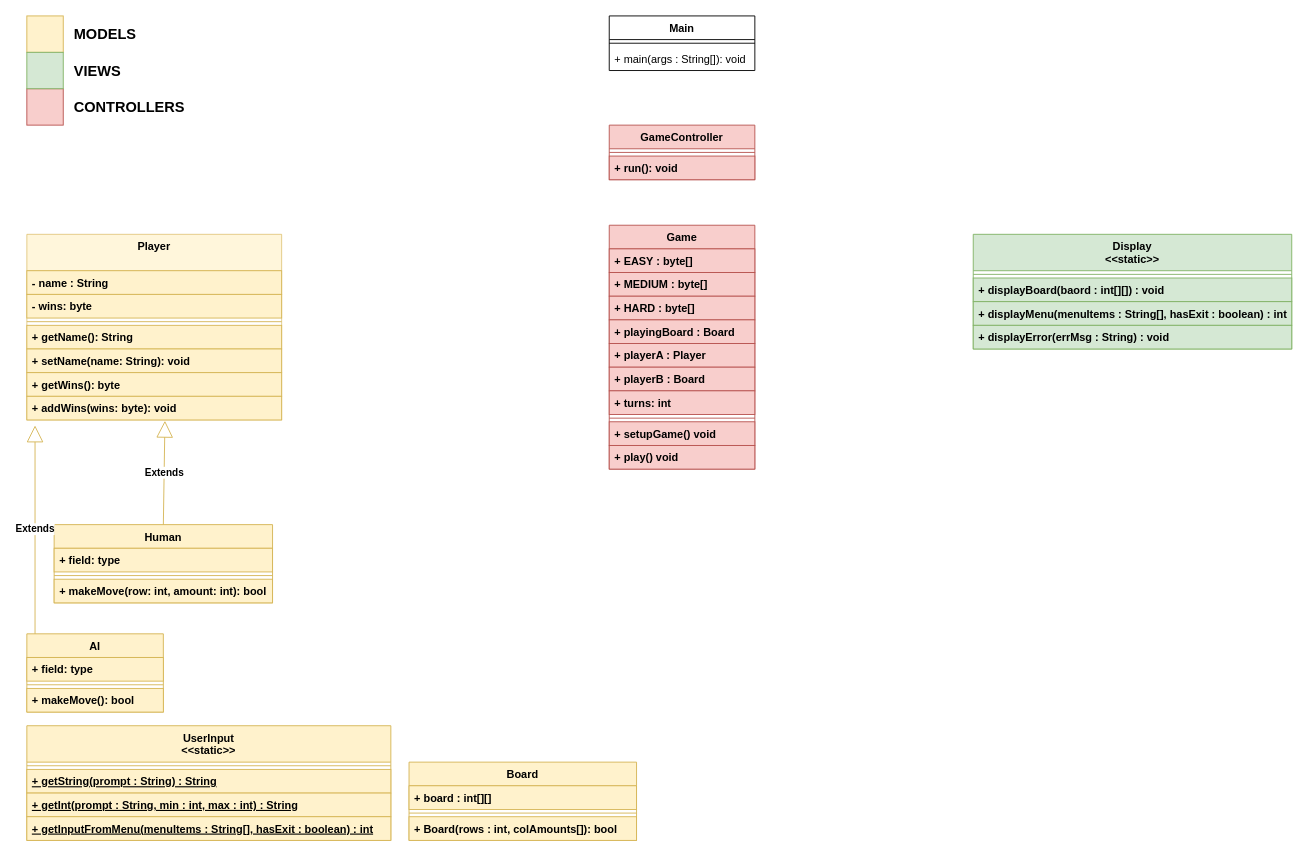
This is UML-PSE.drawio from EShrestha/PSE-GameOfNim, a draw.io file, before an edit. Source tidied: cells renumbered, new cells numbered last; positions are measured from the earlier drawing's top-left corner, leaving out a move shared by most shapes. Both pictures are drawn from the tidied source at 91%, with x=0, y=0 at pixel (26, 15).
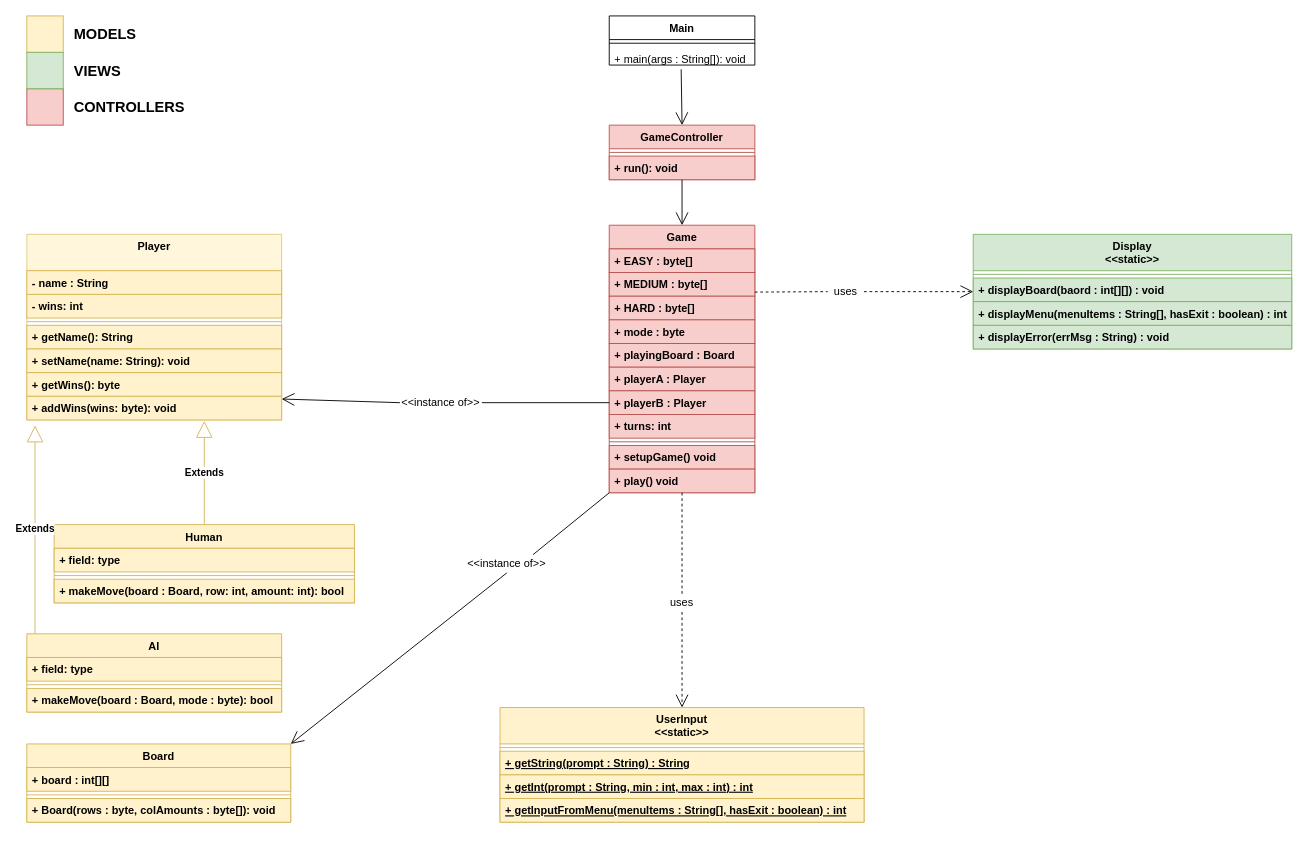
The same diagram, later.

The change refers to these unchanged cells:
```xml
<mxCell id="5" value="GameController" style="swimlane;fontStyle=1;align=center;verticalAlign=top;horizontal=1;startSize=26;fillColor=#f8cecc;strokeColor=#b85450;" parent="1" vertex="1">
  <mxGeometry x="640" y="120" width="160" height="60" as="geometry" />
</mxCell>
<mxCell id="8" value="Player" style="swimlane;fontStyle=1;align=center;verticalAlign=top;horizontal=1;startSize=40;opacity=70;fillColor=#fff2cc;strokeColor=#d6b656;" parent="1" vertex="1">
  <mxGeometry y="240" width="280" height="204" as="geometry" />
</mxCell>
<mxCell id="15" value="+ addWins(wins: byte): void" style="text;align=left;verticalAlign=top;spacingLeft=4;spacingRight=4;overflow=hidden;points=[[0,0.5],[1,0.5]];portConstraint=eastwest;fillColor=#fff2cc;strokeColor=#d6b656;fontStyle=1;" parent="8" vertex="1">
  <mxGeometry y="178" width="280" height="26" as="geometry" />
</mxCell>
<mxCell id="37" value="Display&#10;&lt;&lt;static&gt;&gt;" style="swimlane;fontStyle=1;align=center;verticalAlign=top;horizontal=1;startSize=40;fillColor=#d5e8d4;strokeColor=#82b366;" parent="1" vertex="1">
  <mxGeometry x="1040" y="240" width="350" height="126" as="geometry" />
</mxCell>
```

What changed in the source:
```diff
@@
     <mxCell id="2" value="Main" style="swimlane;fontStyle=1;align=center;verticalAlign=top;horizontal=1;startSize=26;" parent="1" vertex="1">
-      <mxGeometry x="640" width="160" height="60" as="geometry" />
+      <mxGeometry x="640" width="160" height="54" as="geometry" />
     </mxCell>
@@
     <mxCell id="4" value="+ main(args : String[]): void" style="text;strokeColor=none;fillColor=none;align=left;verticalAlign=top;spacingLeft=4;spacingRight=4;overflow=hidden;points=[[0,0.5],[1,0.5]];portConstraint=eastwest;" parent="2" vertex="1">
-      <mxGeometry y="34" width="160" height="26" as="geometry" />
+      <mxGeometry y="34" width="160" height="20" as="geometry" />
     </mxCell>
@@
-    <mxCell id="10" value="- wins: byte" style="text;align=left;verticalAlign=top;spacingLeft=4;spacingRight=4;overflow=hidden;fillColor=#fff2cc;strokeColor=#d6b656;fontStyle=1;" parent="8" vertex="1">
+    <mxCell id="10" value="- wins: int" style="text;align=left;verticalAlign=top;spacingLeft=4;spacingRight=4;overflow=hidden;fillColor=#fff2cc;strokeColor=#d6b656;fontStyle=1;" parent="8" vertex="1">
       <mxGeometry y="66" width="280" height="26" as="geometry" />
     </mxCell>
@@
     <mxCell id="16" value="Human" style="swimlane;fontStyle=1;align=center;verticalAlign=top;horizontal=1;startSize=26;fillColor=#fff2cc;strokeColor=#d6b656;" parent="1" vertex="1">
-      <mxGeometry x="30" y="559" width="240" height="86" as="geometry" />
+      <mxGeometry x="30" y="559" width="330" height="86" as="geometry" />
     </mxCell>
     <mxCell id="17" value="+ field: type" style="text;align=left;verticalAlign=top;spacingLeft=4;spacingRight=4;overflow=hidden;fillColor=#fff2cc;strokeColor=#d6b656;fontStyle=1;" parent="16" vertex="1">
-      <mxGeometry y="26" width="240" height="26" as="geometry" />
+      <mxGeometry y="26" width="330" height="26" as="geometry" />
     </mxCell>
     <mxCell id="18" style="line;strokeWidth=1;align=left;verticalAlign=middle;spacingTop=-1;spacingLeft=3;spacingRight=3;labelPosition=right;fillColor=#fff2cc;strokeColor=#d6b656;fontStyle=1;" parent="16" vertex="1">
-      <mxGeometry y="52" width="240" height="8" as="geometry" />
+      <mxGeometry y="52" width="330" height="8" as="geometry" />
     </mxCell>
-    <mxCell id="19" value="+ makeMove(row: int, amount: int): bool" style="text;align=left;verticalAlign=top;spacingLeft=4;spacingRight=4;overflow=hidden;fillColor=#fff2cc;strokeColor=#d6b656;fontStyle=1;" parent="16" vertex="1">
-      <mxGeometry y="60" width="240" height="26" as="geometry" />
+    <mxCell id="19" value="+ makeMove(board : Board, row: int, amount: int): bool" style="text;align=left;verticalAlign=top;spacingLeft=4;spacingRight=4;overflow=hidden;fillColor=#fff2cc;strokeColor=#d6b656;fontStyle=1;" parent="16" vertex="1">
+      <mxGeometry y="60" width="330" height="26" as="geometry" />
     </mxCell>
     <mxCell id="20" value="AI" style="swimlane;fontStyle=1;align=center;verticalAlign=top;horizontal=1;startSize=26;fillColor=#fff2cc;strokeColor=#d6b656;" parent="1" vertex="1">
-      <mxGeometry y="679" width="150" height="86" as="geometry" />
+      <mxGeometry y="679" width="280" height="86" as="geometry" />
     </mxCell>
     <mxCell id="21" value="+ field: type" style="text;align=left;verticalAlign=top;spacingLeft=4;spacingRight=4;overflow=hidden;fillColor=#fff2cc;strokeColor=#d6b656;fontStyle=1;" parent="20" vertex="1">
-      <mxGeometry y="26" width="150" height="26" as="geometry" />
+      <mxGeometry y="26" width="280" height="26" as="geometry" />
     </mxCell>
     <mxCell id="22" style="line;strokeWidth=1;align=left;verticalAlign=middle;spacingTop=-1;spacingLeft=3;spacingRight=3;labelPosition=right;fillColor=#fff2cc;strokeColor=#d6b656;fontStyle=1;" parent="20" vertex="1">
-      <mxGeometry y="52" width="150" height="8" as="geometry" />
+      <mxGeometry y="52" width="280" height="8" as="geometry" />
     </mxCell>
-    <mxCell id="23" value="+ makeMove(): bool" style="text;align=left;verticalAlign=top;spacingLeft=4;spacingRight=4;overflow=hidden;fillColor=#fff2cc;strokeColor=#d6b656;fontStyle=1;" parent="20" vertex="1">
-      <mxGeometry y="60" width="150" height="26" as="geometry" />
+    <mxCell id="23" value="+ makeMove(board : Board, mode : byte): bool" style="text;align=left;verticalAlign=top;spacingLeft=4;spacingRight=4;overflow=hidden;fillColor=#fff2cc;strokeColor=#d6b656;fontStyle=1;" parent="20" vertex="1">
+      <mxGeometry y="60" width="280" height="26" as="geometry" />
     </mxCell>
-    <mxCell id="24" value="Extends" style="endArrow=block;endSize=16;endFill=0;html=1;exitX=0.5;exitY=0;exitDx=0;exitDy=0;fillColor=#fff2cc;strokeColor=#d6b656;fontStyle=1;entryX=0.542;entryY=1.034;entryDx=0;entryDy=0;entryPerimeter=0;" parent="1" edge="1" source="16" target="15">
-      <mxGeometry relative="1" as="geometry" />
+    <mxCell id="24" value="Extends" style="endArrow=block;endSize=16;endFill=0;html=1;exitX=0.5;exitY=0;exitDx=0;exitDy=0;fillColor=#fff2cc;strokeColor=#d6b656;fontStyle=1;" parent="1" edge="1" source="16">
+      <mxGeometry relative="1" as="geometry">
+        <mxPoint x="195" y="445" as="targetPoint" />
+      </mxGeometry>
     </mxCell>
@@
     <mxCell id="30" value="UserInput&#10;&lt;&lt;static&gt;&gt;" style="swimlane;fontStyle=1;align=center;verticalAlign=top;horizontal=1;startSize=40;fillColor=#fff2cc;strokeColor=#d6b656;" parent="1" vertex="1">
-      <mxGeometry y="780" width="400" height="126" as="geometry" />
+      <mxGeometry x="520" y="760" width="400" height="126" as="geometry" />
     </mxCell>
@@
-    <mxCell id="33" value="+ getInt(prompt : String, min : int, max : int) : String" style="text;strokeColor=#d6b656;fillColor=#fff2cc;align=left;verticalAlign=top;spacingLeft=4;spacingRight=4;overflow=hidden;fontStyle=5;" parent="30" vertex="1">
+    <mxCell id="33" value="+ getInt(prompt : String, min : int, max : int) : int" style="text;strokeColor=#d6b656;fillColor=#fff2cc;align=left;verticalAlign=top;spacingLeft=4;spacingRight=4;overflow=hidden;fontStyle=5;" parent="30" vertex="1">
       <mxGeometry y="74" width="400" height="26" as="geometry" />
     </mxCell>
@@
     <mxCell id="42" value="Board" style="swimlane;fontStyle=1;align=center;verticalAlign=top;horizontal=1;startSize=26;fillColor=#fff2cc;strokeColor=#d6b656;" parent="1" vertex="1">
-      <mxGeometry x="420" y="820" width="250" height="86" as="geometry" />
+      <mxGeometry y="800" width="290" height="86" as="geometry" />
     </mxCell>
     <mxCell id="43" value="+ board : int[][]" style="text;align=left;verticalAlign=top;spacingLeft=4;spacingRight=4;overflow=hidden;fillColor=#fff2cc;strokeColor=#d6b656;fontStyle=1;" parent="42" vertex="1">
-      <mxGeometry y="26" width="250" height="26" as="geometry" />
+      <mxGeometry y="26" width="290" height="26" as="geometry" />
     </mxCell>
     <mxCell id="44" style="line;strokeWidth=1;align=left;verticalAlign=middle;spacingTop=-1;spacingLeft=3;spacingRight=3;labelPosition=right;fillColor=#fff2cc;strokeColor=#d6b656;fontStyle=1;" parent="42" vertex="1">
-      <mxGeometry y="52" width="250" height="8" as="geometry" />
+      <mxGeometry y="52" width="290" height="8" as="geometry" />
     </mxCell>
-    <mxCell id="45" value="+ Board(rows : int, colAmounts[]): bool" style="text;align=left;verticalAlign=top;spacingLeft=4;spacingRight=4;overflow=hidden;fillColor=#fff2cc;strokeColor=#d6b656;fontStyle=1;" parent="42" vertex="1">
-      <mxGeometry y="60" width="250" height="26" as="geometry" />
+    <mxCell id="45" value="+ Board(rows : byte, colAmounts : byte[]): void" style="text;align=left;verticalAlign=top;spacingLeft=4;spacingRight=4;overflow=hidden;fillColor=#fff2cc;strokeColor=#d6b656;fontStyle=1;" parent="42" vertex="1">
+      <mxGeometry y="60" width="290" height="26" as="geometry" />
     </mxCell>
     <mxCell id="46" value="Game" style="swimlane;fontStyle=1;align=center;verticalAlign=top;horizontal=1;startSize=26;fillColor=#f8cecc;strokeColor=#b85450;" parent="1" vertex="1">
-      <mxGeometry x="640" y="230" width="160" height="268" as="geometry" />
+      <mxGeometry x="640" y="230" width="160" height="294" as="geometry" />
     </mxCell>
@@
+    <mxCell id="57" value="+ mode : byte" style="text;align=left;verticalAlign=top;spacingLeft=4;spacingRight=4;overflow=hidden;fillColor=#f8cecc;strokeColor=#b85450;fontStyle=1;" parent="46" vertex="1">
+      <mxGeometry y="104" width="160" height="26" as="geometry" />
+    </mxCell>
     <mxCell id="50" value="+ playingBoard : Board" style="text;align=left;verticalAlign=top;spacingLeft=4;spacingRight=4;overflow=hidden;fillColor=#f8cecc;strokeColor=#b85450;fontStyle=1;" parent="46" vertex="1">
-      <mxGeometry y="104" width="160" height="26" as="geometry" />
+      <mxGeometry y="130" width="160" height="26" as="geometry" />
     </mxCell>
     <mxCell id="51" value="+ playerA : Player" style="text;align=left;verticalAlign=top;spacingLeft=4;spacingRight=4;overflow=hidden;fillColor=#f8cecc;strokeColor=#b85450;fontStyle=1;" parent="46" vertex="1">
-      <mxGeometry y="130" width="160" height="26" as="geometry" />
+      <mxGeometry y="156" width="160" height="26" as="geometry" />
     </mxCell>
-    <mxCell id="52" value="+ playerB : Board" style="text;align=left;verticalAlign=top;spacingLeft=4;spacingRight=4;overflow=hidden;points=[[0,0.5],[1,0.5]];portConstraint=eastwest;fillColor=#f8cecc;strokeColor=#b85450;fontStyle=1;" parent="46" vertex="1">
-      <mxGeometry y="156" width="160" height="26" as="geometry" />
+    <mxCell id="52" value="+ playerB : Player" style="text;align=left;verticalAlign=top;spacingLeft=4;spacingRight=4;overflow=hidden;points=[[0,0.5],[1,0.5]];portConstraint=eastwest;fillColor=#f8cecc;strokeColor=#b85450;fontStyle=1;" parent="46" vertex="1">
+      <mxGeometry y="182" width="160" height="26" as="geometry" />
     </mxCell>
     <mxCell id="53" value="+ turns: int" style="text;align=left;verticalAlign=top;spacingLeft=4;spacingRight=4;overflow=hidden;fillColor=#f8cecc;strokeColor=#b85450;fontStyle=1;" parent="46" vertex="1">
-      <mxGeometry y="182" width="160" height="26" as="geometry" />
+      <mxGeometry y="208" width="160" height="26" as="geometry" />
     </mxCell>
     <mxCell id="54" style="line;strokeWidth=1;align=left;verticalAlign=middle;spacingTop=-1;spacingLeft=3;spacingRight=3;labelPosition=right;fillColor=#f8cecc;strokeColor=#b85450;fontStyle=1;" parent="46" vertex="1">
-      <mxGeometry y="208" width="160" height="8" as="geometry" />
+      <mxGeometry y="234" width="160" height="8" as="geometry" />
     </mxCell>
     <mxCell id="55" value="+ setupGame() void" style="text;align=left;verticalAlign=top;spacingLeft=4;spacingRight=4;overflow=hidden;fillColor=#f8cecc;strokeColor=#b85450;fontStyle=1;" parent="46" vertex="1">
-      <mxGeometry y="216" width="160" height="26" as="geometry" />
+      <mxGeometry y="242" width="160" height="26" as="geometry" />
     </mxCell>
     <mxCell id="56" value="+ play() void" style="text;align=left;verticalAlign=top;spacingLeft=4;spacingRight=4;overflow=hidden;fillColor=#f8cecc;strokeColor=#b85450;fontStyle=1;" parent="46" vertex="1">
-      <mxGeometry y="242" width="160" height="26" as="geometry" />
+      <mxGeometry y="268" width="160" height="26" as="geometry" />
     </mxCell>
+    <mxCell id="58" style="endArrow=open;endFill=1;endSize=12;html=1;entryX=0.5;entryY=0;entryDx=0;entryDy=0;exitX=0.494;exitY=1.231;exitDx=0;exitDy=0;exitPerimeter=0;" parent="1" edge="1" source="4" target="5">
+      <mxGeometry relative="1" as="geometry" />
+    </mxCell>
+    <mxCell id="59" style="endArrow=open;endFill=1;endSize=12;html=1;entryX=0.5;entryY=0;entryDx=0;entryDy=0;exitX=0.5;exitY=1;exitDx=0;exitDy=0;" parent="1" edge="1" source="5" target="46">
+      <mxGeometry relative="1" as="geometry" />
+    </mxCell>
+    <mxCell id="60" style="endArrow=open;endFill=1;endSize=12;html=1;entryX=1;entryY=0.115;entryDx=0;entryDy=0;entryPerimeter=0;exitX=0;exitY=0.5;exitDx=0;exitDy=0;" parent="1" edge="1" source="61" target="15">
+      <mxGeometry relative="1" as="geometry" />
+    </mxCell>
+    <mxCell id="61" value="&amp;lt;&amp;lt;instance of&amp;gt;&amp;gt;" style="text;html=1;strokeColor=none;fillColor=none;align=center;verticalAlign=middle;whiteSpace=wrap;rounded=0;" parent="1" vertex="1">
+      <mxGeometry x="410" y="415" width="90" height="20" as="geometry" />
+    </mxCell>
+    <mxCell id="62" style="endArrow=none;endFill=0;endSize=12;html=1;entryX=1;entryY=0.5;entryDx=0;entryDy=0;exitX=0;exitY=0.5;exitDx=0;exitDy=0;rounded=1;" parent="1" edge="1" source="52" target="61">
+      <mxGeometry relative="1" as="geometry" />
+    </mxCell>
+    <mxCell id="63" style="endArrow=open;endFill=1;endSize=12;html=1;entryX=1;entryY=0;entryDx=0;entryDy=0;exitX=0.5;exitY=1;exitDx=0;exitDy=0;" parent="1" edge="1" source="64" target="42">
+      <mxGeometry relative="1" as="geometry" />
+    </mxCell>
+    <mxCell id="64" value="&amp;lt;&amp;lt;instance of&amp;gt;&amp;gt;" style="text;html=1;strokeColor=none;fillColor=none;align=center;verticalAlign=middle;whiteSpace=wrap;rounded=0;" parent="1" vertex="1">
+      <mxGeometry x="470" y="592" width="115" height="20" as="geometry" />
+    </mxCell>
+    <mxCell id="65" style="endArrow=none;endFill=0;endSize=12;html=1;entryX=0.75;entryY=0;entryDx=0;entryDy=0;exitX=0;exitY=1;exitDx=0;exitDy=0;rounded=1;" parent="1" edge="1" source="46" target="64">
+      <mxGeometry relative="1" as="geometry" />
+    </mxCell>
+    <mxCell id="66" style="endArrow=open;endFill=1;endSize=12;html=1;entryX=0.5;entryY=0;entryDx=0;entryDy=0;exitX=0.5;exitY=1;exitDx=0;exitDy=0;dashed=1;" parent="1" edge="1" source="67" target="30">
+      <mxGeometry relative="1" as="geometry" />
+    </mxCell>
+    <mxCell id="67" value="uses" style="text;html=1;strokeColor=none;fillColor=none;align=center;verticalAlign=middle;whiteSpace=wrap;rounded=0;" parent="1" vertex="1">
+      <mxGeometry x="675" y="635" width="90" height="20" as="geometry" />
+    </mxCell>
+    <mxCell id="68" style="endArrow=none;endFill=0;endSize=12;html=1;entryX=0.5;entryY=0;entryDx=0;entryDy=0;rounded=1;dashed=1;exitX=0.5;exitY=1;exitDx=0;exitDy=0;" parent="1" edge="1" source="46" target="67">
+      <mxGeometry relative="1" as="geometry" />
+    </mxCell>
+    <mxCell id="69" style="endArrow=open;endFill=1;endSize=12;html=1;entryX=0;entryY=0.5;entryDx=0;entryDy=0;exitX=1;exitY=0.5;exitDx=0;exitDy=0;dashed=1;" parent="1" edge="1" source="70" target="37">
+      <mxGeometry relative="1" as="geometry" />
+    </mxCell>
+    <mxCell id="70" value="uses" style="text;html=1;strokeColor=none;fillColor=none;align=center;verticalAlign=middle;whiteSpace=wrap;rounded=0;" parent="1" vertex="1">
+      <mxGeometry x="880" y="293" width="40" height="20" as="geometry" />
+    </mxCell>
+    <mxCell id="71" style="endArrow=none;endFill=0;endSize=12;html=1;entryX=0;entryY=0.5;entryDx=0;entryDy=0;rounded=1;dashed=1;exitX=1;exitY=0.25;exitDx=0;exitDy=0;" parent="1" edge="1" source="46" target="70">
+      <mxGeometry relative="1" as="geometry" />
+    </mxCell>
```
